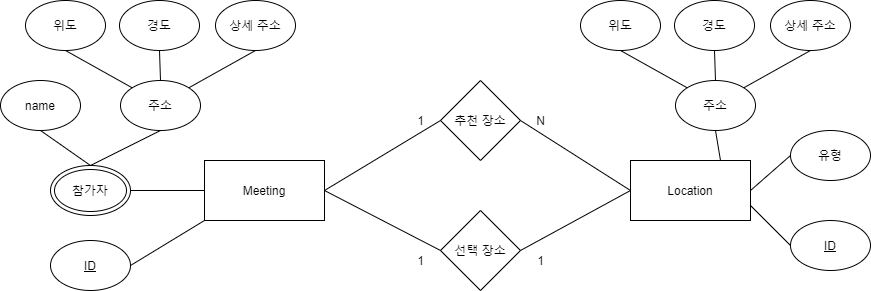
The draw.io diagram ER-Schema.png in jsjg73/LMUN_Ver2.1, before a commit. Source tidied: cells renumbered, new cells last; positions are measured from the earlier drawing's top-left corner, leaving out a move shared by most shapes.
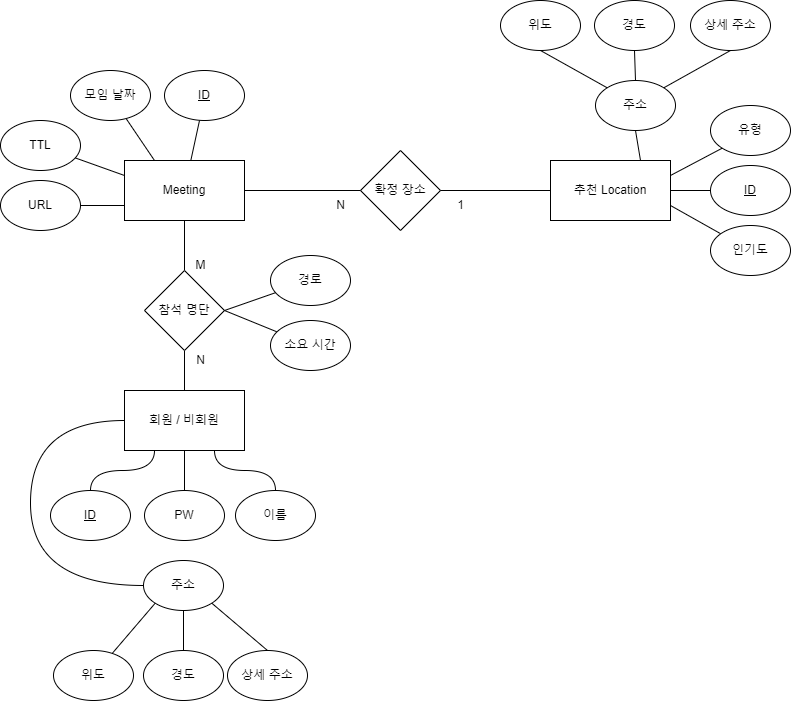
After the change.

The edit, as a diff of the source:
```diff
@@ -2,71 +2,59 @@
   <root>
     <mxCell id="0" />
     <mxCell id="1" parent="0" />
+    <mxCell id="40" style="edgeStyle=none;rounded=0;jettySize=auto;html=1;entryX=0.5;entryY=0;entryDx=0;entryDy=0;endArrow=none;endFill=0;" parent="1" edge="1" source="2" target="59">
+      <mxGeometry relative="1" as="geometry" />
+    </mxCell>
     <mxCell id="2" value="Meeting" style="rounded=0;whiteSpace=wrap;html=1;" parent="1" vertex="1">
       <mxGeometry x="204" y="160" width="120" height="60" as="geometry" />
     </mxCell>
+    <mxCell id="15" style="rounded=0;jettySize=auto;html=1;endArrow=none;endFill=0;" parent="1" edge="1" source="3" target="2">
+      <mxGeometry relative="1" as="geometry" />
+    </mxCell>
     <mxCell id="3" value="&lt;u&gt;ID&lt;/u&gt;" style="ellipse;whiteSpace=wrap;html=1;" parent="1" vertex="1">
-      <mxGeometry x="50" y="240" width="80" height="50" as="geometry" />
+      <mxGeometry x="244" y="70" width="80" height="50" as="geometry" />
     </mxCell>
-    <mxCell id="4" value="name" style="ellipse;whiteSpace=wrap;html=1;" parent="1" vertex="1">
-      <mxGeometry y="80" width="80" height="50" as="geometry" />
-    </mxCell>
-    <mxCell id="5" value="참가자" style="ellipse;shape=doubleEllipse;whiteSpace=wrap;html=1;" parent="1" vertex="1">
-      <mxGeometry x="50" y="165" width="80" height="50" as="geometry" />
-    </mxCell>
+    <mxCell id="41" style="edgeStyle=orthogonalEdgeStyle;jettySize=auto;html=1;entryX=0;entryY=0.5;entryDx=0;entryDy=0;endArrow=none;endFill=0;strokeColor=default;curved=1;" parent="1" edge="1" source="6" target="46">
+      <mxGeometry relative="1" as="geometry">
+        <Array as="points">
+          <mxPoint x="110" y="585" />
+          <mxPoint x="110" y="420" />
+        </Array>
+      </mxGeometry>
+    </mxCell>
     <mxCell id="6" value="주소" style="ellipse;whiteSpace=wrap;html=1;direction=south;" parent="1" vertex="1">
-      <mxGeometry x="120" y="80" width="80" height="50" as="geometry" />
+      <mxGeometry x="223" y="560" width="80" height="50" as="geometry" />
     </mxCell>
+    <mxCell id="42" style="edgeStyle=none;jettySize=auto;html=1;entryX=1;entryY=1;entryDx=0;entryDy=0;endArrow=none;endFill=0;strokeColor=default;" parent="1" edge="1" source="7" target="6">
+      <mxGeometry relative="1" as="geometry" />
+    </mxCell>
     <mxCell id="7" value="위도" style="ellipse;whiteSpace=wrap;html=1;" parent="1" vertex="1">
-      <mxGeometry x="25" width="80" height="50" as="geometry" />
+      <mxGeometry x="133" y="650" width="80" height="50" as="geometry" />
     </mxCell>
+    <mxCell id="43" style="jettySize=auto;html=1;entryX=1;entryY=0;entryDx=0;entryDy=0;endArrow=none;endFill=0;strokeColor=default;exitX=0.5;exitY=0;exitDx=0;exitDy=0;" parent="1" edge="1" source="8" target="6">
+      <mxGeometry relative="1" as="geometry" />
+    </mxCell>
     <mxCell id="8" value="상세 주소" style="ellipse;whiteSpace=wrap;html=1;" parent="1" vertex="1">
-      <mxGeometry x="215" width="80" height="50" as="geometry" />
+      <mxGeometry x="307" y="650" width="80" height="50" as="geometry" />
     </mxCell>
+    <mxCell id="44" style="edgeStyle=orthogonalEdgeStyle;curved=1;jettySize=auto;html=1;entryX=1;entryY=0.5;entryDx=0;entryDy=0;endArrow=none;endFill=0;strokeColor=default;" parent="1" edge="1" source="9" target="6">
+      <mxGeometry relative="1" as="geometry" />
+    </mxCell>
     <mxCell id="9" value="경도" style="ellipse;whiteSpace=wrap;html=1;" parent="1" vertex="1">
-      <mxGeometry x="119" width="80" height="50" as="geometry" />
+      <mxGeometry x="223" y="650" width="80" height="50" as="geometry" />
     </mxCell>
-    <mxCell id="10" value="Location" style="rounded=0;whiteSpace=wrap;html=1;" parent="1" vertex="1">
+    <mxCell id="10" value="추천 Location" style="rounded=0;whiteSpace=wrap;html=1;" parent="1" vertex="1">
       <mxGeometry x="630" y="160" width="120" height="60" as="geometry" />
     </mxCell>
-    <mxCell id="11" value="추천 장소" style="rhombus;whiteSpace=wrap;html=1;" parent="1" vertex="1">
-      <mxGeometry x="440" y="80" width="80" height="80" as="geometry" />
-    </mxCell>
-    <mxCell id="12" value="선택 장소" style="rhombus;whiteSpace=wrap;html=1;" parent="1" vertex="1">
-      <mxGeometry x="440" y="210" width="80" height="80" as="geometry" />
+    <mxCell id="12" value="확정 장소" style="rhombus;whiteSpace=wrap;html=1;" parent="1" vertex="1">
+      <mxGeometry x="440" y="150" width="80" height="80" as="geometry" />
     </mxCell>
     <mxCell id="13" value="&lt;u&gt;ID&lt;/u&gt;" style="ellipse;whiteSpace=wrap;html=1;" parent="1" vertex="1">
-      <mxGeometry x="790" y="220" width="80" height="50" as="geometry" />
+      <mxGeometry x="790" y="165" width="80" height="50" as="geometry" />
     </mxCell>
     <mxCell id="14" value="유형" style="ellipse;whiteSpace=wrap;html=1;" parent="1" vertex="1">
-      <mxGeometry x="790" y="130" width="80" height="50" as="geometry" />
+      <mxGeometry x="790" y="105" width="80" height="50" as="geometry" />
     </mxCell>
-    <mxCell id="15" style="endArrow=none;html=1;rounded=0;exitX=1;exitY=0.5;exitDx=0;exitDy=0;entryX=0;entryY=1;entryDx=0;entryDy=0;" parent="1" edge="1" source="3" target="2">
-      <mxGeometry relative="1" as="geometry" />
-    </mxCell>
-    <mxCell id="16" style="endArrow=none;html=1;rounded=0;entryX=0;entryY=0.5;entryDx=0;entryDy=0;" parent="1" edge="1" target="11">
-      <mxGeometry relative="1" as="geometry">
-        <mxPoint x="324" y="190" as="sourcePoint" />
-      </mxGeometry>
-    </mxCell>
-    <mxCell id="17" style="endArrow=none;html=1;rounded=0;exitX=1;exitY=0.5;exitDx=0;exitDy=0;entryX=0;entryY=0.5;entryDx=0;entryDy=0;" parent="1" edge="1" source="5" target="2">
-      <mxGeometry relative="1" as="geometry" />
-    </mxCell>
-    <mxCell id="18" style="endArrow=none;html=1;rounded=0;exitX=0.5;exitY=0;exitDx=0;exitDy=0;entryX=0.5;entryY=1;entryDx=0;entryDy=0;" parent="1" edge="1" source="5" target="4">
-      <mxGeometry relative="1" as="geometry" />
-    </mxCell>
-    <mxCell id="19" style="endArrow=none;html=1;rounded=0;exitX=0.5;exitY=0;exitDx=0;exitDy=0;entryX=1;entryY=0.5;entryDx=0;entryDy=0;" parent="1" edge="1" source="5" target="6">
-      <mxGeometry relative="1" as="geometry" />
-    </mxCell>
-    <mxCell id="20" style="endArrow=none;html=1;rounded=0;exitX=0;exitY=1;exitDx=0;exitDy=0;entryX=0.5;entryY=1;entryDx=0;entryDy=0;" parent="1" edge="1" source="6" target="7">
-      <mxGeometry relative="1" as="geometry" />
-    </mxCell>
-    <mxCell id="21" style="endArrow=none;html=1;rounded=0;exitX=0;exitY=0.5;exitDx=0;exitDy=0;entryX=0.5;entryY=1;entryDx=0;entryDy=0;" parent="1" edge="1" source="6" target="9">
-      <mxGeometry relative="1" as="geometry" />
-    </mxCell>
-    <mxCell id="22" style="endArrow=none;html=1;rounded=0;exitX=0;exitY=0;exitDx=0;exitDy=0;entryX=0.5;entryY=1;entryDx=0;entryDy=0;" parent="1" edge="1" source="6" target="8">
-      <mxGeometry relative="1" as="geometry" />
-    </mxCell>
     <mxCell id="23" style="endArrow=none;html=1;rounded=0;exitX=0.75;exitY=0;exitDx=0;exitDy=0;" parent="1" edge="1" source="10">
       <mxGeometry relative="1" as="geometry">
         <mxPoint x="715" y="130" as="targetPoint" />
@@ -80,9 +68,6 @@
         <mxPoint x="630" y="190" as="targetPoint" />
       </mxGeometry>
     </mxCell>
-    <mxCell id="26" style="endArrow=none;html=1;rounded=0;entryX=0;entryY=0.5;entryDx=0;entryDy=0;exitX=1;exitY=0.5;exitDx=0;exitDy=0;" parent="1" edge="1" source="11" target="10">
-      <mxGeometry relative="1" as="geometry" />
-    </mxCell>
     <mxCell id="27" value="주소" style="ellipse;whiteSpace=wrap;html=1;direction=south;" parent="1" vertex="1">
       <mxGeometry x="675" y="80" width="80" height="50" as="geometry" />
     </mxCell>
@@ -104,23 +89,86 @@
     <mxCell id="33" style="endArrow=none;html=1;rounded=0;exitX=0;exitY=0;exitDx=0;exitDy=0;entryX=0.5;entryY=1;entryDx=0;entryDy=0;" parent="1" edge="1" source="27" target="29">
       <mxGeometry relative="1" as="geometry" />
     </mxCell>
-    <mxCell id="34" style="endArrow=none;html=1;rounded=0;entryX=0;entryY=0.5;entryDx=0;entryDy=0;exitX=1;exitY=0.5;exitDx=0;exitDy=0;" parent="1" edge="1" source="10" target="14">
+    <mxCell id="34" style="endArrow=none;html=1;rounded=0;entryX=0;entryY=1;entryDx=0;entryDy=0;exitX=1;exitY=0.25;exitDx=0;exitDy=0;" parent="1" edge="1" source="10" target="14">
       <mxGeometry relative="1" as="geometry" />
     </mxCell>
-    <mxCell id="35" style="endArrow=none;html=1;rounded=0;entryX=1;entryY=0.75;entryDx=0;entryDy=0;exitX=0;exitY=0.5;exitDx=0;exitDy=0;" parent="1" edge="1" source="13" target="10">
+    <mxCell id="35" style="endArrow=none;html=1;rounded=0;entryX=1;entryY=0.5;entryDx=0;entryDy=0;exitX=0;exitY=0.5;exitDx=0;exitDy=0;" parent="1" edge="1" source="13" target="10">
       <mxGeometry relative="1" as="geometry" />
     </mxCell>
-    <mxCell id="36" value="1" style="text;html=1;align=center;verticalAlign=middle;strokeColor=none;fillColor=none;" parent="1" vertex="1">
-      <mxGeometry x="410" y="110" width="20" height="20" as="geometry" />
-    </mxCell>
-    <mxCell id="37" value="N" style="text;html=1;align=center;verticalAlign=middle;strokeColor=none;fillColor=none;" parent="1" vertex="1">
-      <mxGeometry x="530" y="110" width="20" height="20" as="geometry" />
-    </mxCell>
-    <mxCell id="38" value="1" style="text;html=1;align=center;verticalAlign=middle;strokeColor=none;fillColor=none;" parent="1" vertex="1">
-      <mxGeometry x="410" y="250" width="20" height="20" as="geometry" />
+    <mxCell id="38" value="N" style="text;html=1;align=center;verticalAlign=middle;strokeColor=none;fillColor=none;" parent="1" vertex="1">
+      <mxGeometry x="410" y="195" width="20" height="20" as="geometry" />
     </mxCell>
     <mxCell id="39" value="1" style="text;html=1;align=center;verticalAlign=middle;strokeColor=none;fillColor=none;" parent="1" vertex="1">
-      <mxGeometry x="530" y="250" width="20" height="20" as="geometry" />
+      <mxGeometry x="530" y="195" width="20" height="20" as="geometry" />
     </mxCell>
+    <mxCell id="45" style="edgeStyle=none;rounded=0;jettySize=auto;html=1;entryX=0.5;entryY=1;entryDx=0;entryDy=0;endArrow=none;endFill=0;" parent="1" edge="1" source="46" target="59">
+      <mxGeometry relative="1" as="geometry" />
+    </mxCell>
+    <mxCell id="46" value="회원 / 비회원" style="rounded=0;whiteSpace=wrap;html=1;" parent="1" vertex="1">
+      <mxGeometry x="204" y="390" width="120" height="60" as="geometry" />
+    </mxCell>
+    <mxCell id="47" style="edgeStyle=orthogonalEdgeStyle;jettySize=auto;html=1;entryX=0.25;entryY=1;entryDx=0;entryDy=0;curved=1;endArrow=none;endFill=0;" parent="1" edge="1" source="48" target="46">
+      <mxGeometry relative="1" as="geometry" />
+    </mxCell>
+    <mxCell id="48" value="&lt;u&gt;ID&lt;/u&gt;" style="ellipse;whiteSpace=wrap;html=1;" parent="1" vertex="1">
+      <mxGeometry x="130" y="490" width="80" height="50" as="geometry" />
+    </mxCell>
+    <mxCell id="49" style="edgeStyle=orthogonalEdgeStyle;rounded=0;jettySize=auto;html=1;entryX=0.5;entryY=1;entryDx=0;entryDy=0;endArrow=none;endFill=0;" parent="1" edge="1" source="50" target="46">
+      <mxGeometry relative="1" as="geometry" />
+    </mxCell>
+    <mxCell id="50" value="&lt;span&gt;PW&lt;/span&gt;" style="ellipse;whiteSpace=wrap;html=1;fontStyle=0;" parent="1" vertex="1">
+      <mxGeometry x="224" y="490" width="80" height="50" as="geometry" />
+    </mxCell>
+    <mxCell id="51" style="edgeStyle=orthogonalEdgeStyle;rounded=0;jettySize=auto;html=1;entryX=0.75;entryY=1;entryDx=0;entryDy=0;endArrow=none;endFill=0;curved=1;" parent="1" edge="1" source="52" target="46">
+      <mxGeometry relative="1" as="geometry" />
+    </mxCell>
+    <mxCell id="52" value="이름" style="ellipse;whiteSpace=wrap;html=1;fontStyle=0;" parent="1" vertex="1">
+      <mxGeometry x="315" y="490" width="80" height="50" as="geometry" />
+    </mxCell>
+    <mxCell id="53" style="edgeStyle=none;rounded=0;jettySize=auto;html=1;entryX=0.25;entryY=0;entryDx=0;entryDy=0;endArrow=none;endFill=0;" parent="1" edge="1" source="54" target="2">
+      <mxGeometry relative="1" as="geometry" />
+    </mxCell>
+    <mxCell id="54" value="모임 날짜" style="ellipse;whiteSpace=wrap;html=1;fontStyle=0;" parent="1" vertex="1">
+      <mxGeometry x="150" y="70" width="80" height="50" as="geometry" />
+    </mxCell>
+    <mxCell id="55" style="edgeStyle=none;rounded=0;jettySize=auto;html=1;entryX=0;entryY=0.25;entryDx=0;entryDy=0;endArrow=none;endFill=0;" parent="1" edge="1" source="56" target="2">
+      <mxGeometry relative="1" as="geometry" />
+    </mxCell>
+    <mxCell id="56" value="TTL" style="ellipse;whiteSpace=wrap;html=1;fontStyle=0;" parent="1" vertex="1">
+      <mxGeometry x="80" y="120" width="80" height="50" as="geometry" />
+    </mxCell>
+    <mxCell id="57" style="edgeStyle=none;rounded=0;jettySize=auto;html=1;entryX=0;entryY=0.75;entryDx=0;entryDy=0;endArrow=none;endFill=0;" parent="1" edge="1" source="58" target="2">
+      <mxGeometry relative="1" as="geometry" />
+    </mxCell>
+    <mxCell id="58" value="URL" style="ellipse;whiteSpace=wrap;html=1;fontStyle=0;" parent="1" vertex="1">
+      <mxGeometry x="80" y="180" width="80" height="50" as="geometry" />
+    </mxCell>
+    <mxCell id="59" value="참석 명단" style="rhombus;whiteSpace=wrap;html=1;" parent="1" vertex="1">
+      <mxGeometry x="224" y="270" width="80" height="80" as="geometry" />
+    </mxCell>
+    <mxCell id="60" style="edgeStyle=none;rounded=0;jettySize=auto;html=1;entryX=1;entryY=0.75;entryDx=0;entryDy=0;endArrow=none;endFill=0;" parent="1" edge="1" source="61" target="10">
+      <mxGeometry relative="1" as="geometry" />
+    </mxCell>
+    <mxCell id="61" value="&lt;span&gt;인기도&lt;/span&gt;" style="ellipse;whiteSpace=wrap;html=1;fontStyle=0;" parent="1" vertex="1">
+      <mxGeometry x="790" y="225" width="80" height="50" as="geometry" />
+    </mxCell>
+    <mxCell id="62" value="M" style="text;html=1;align=center;verticalAlign=middle;strokeColor=none;fillColor=none;" parent="1" vertex="1">
+      <mxGeometry x="265" y="255" width="30" height="20" as="geometry" />
+    </mxCell>
+    <mxCell id="37" value="N" style="text;html=1;align=center;verticalAlign=middle;strokeColor=none;fillColor=none;" parent="1" vertex="1">
+      <mxGeometry x="270" y="350" width="20" height="20" as="geometry" />
+    </mxCell>
+    <mxCell id="63" style="edgeStyle=none;rounded=0;jettySize=auto;html=1;entryX=1;entryY=0.5;entryDx=0;entryDy=0;endArrow=none;endFill=0;" parent="1" edge="1" source="64" target="59">
+      <mxGeometry relative="1" as="geometry" />
+    </mxCell>
+    <mxCell id="64" value="경로" style="ellipse;whiteSpace=wrap;html=1;fontStyle=0;" parent="1" vertex="1">
+      <mxGeometry x="350" y="255" width="80" height="50" as="geometry" />
+    </mxCell>
+    <mxCell id="65" style="edgeStyle=none;rounded=0;jettySize=auto;html=1;entryX=1;entryY=0.5;entryDx=0;entryDy=0;endArrow=none;endFill=0;" parent="1" edge="1" source="66" target="59">
+      <mxGeometry relative="1" as="geometry" />
+    </mxCell>
+    <mxCell id="66" value="소요 시간" style="ellipse;whiteSpace=wrap;html=1;fontStyle=0;" parent="1" vertex="1">
+      <mxGeometry x="350" y="320" width="80" height="50" as="geometry" />
+    </mxCell>
   </root>
 </mxGraphModel>
```
